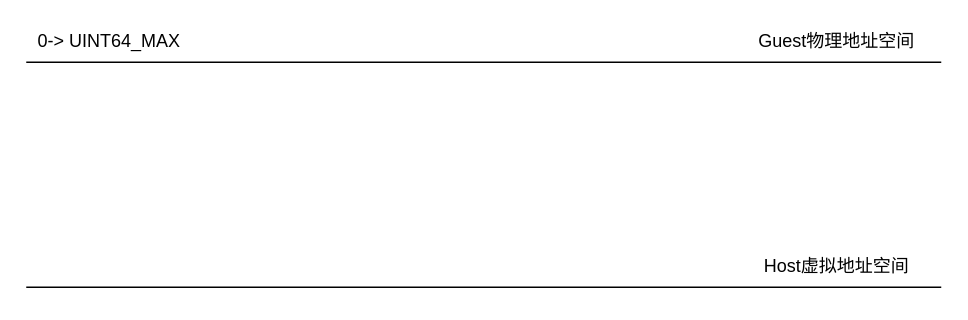
youtubezou/A-thinking-in-linux keeps this draw.io diagram as page "RAMBlock结构" (2 of 2) of QEMU/QEMU-MEMORY.drawio. Above is the earlier version. Source tidied: cells renumbered, new cells numbered last; positions are measured from the earlier drawing's top-left corner, leaving out a move shared by most shapes. Both pictures are drawn from the tidied source at 150%, with x=0, y=0 at pixel (26, 26).
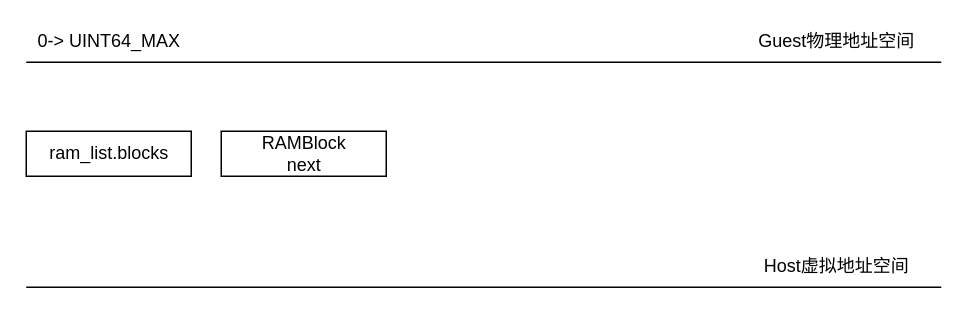
After the change.

What changed in the source:
```diff
@@
 <mxGraphModel>
   <root>
     <mxCell id="0" />
     <mxCell id="1" parent="0" />
     <mxCell id="2" style="line;strokeWidth=1;fillColor=none;align=left;verticalAlign=middle;spacingTop=-1;spacingLeft=3;spacingRight=3;labelPosition=right;" parent="1" vertex="1">
       <mxGeometry y="20" width="610" height="8" as="geometry" />
     </mxCell>
     <mxCell id="3" value="0-&amp;gt; UINT64_MAX" style="text;html=1;align=center;verticalAlign=middle;strokeColor=none;fillColor=none;" parent="1" vertex="1">
       <mxGeometry width="110" height="20" as="geometry" />
     </mxCell>
     <mxCell id="4" value="Guest物理地址空间" style="text;html=1;align=center;verticalAlign=middle;strokeColor=none;fillColor=none;" parent="1" vertex="1">
       <mxGeometry x="480" width="120" height="20" as="geometry" />
     </mxCell>
     <mxCell id="5" style="line;strokeWidth=1;fillColor=none;align=left;verticalAlign=middle;spacingTop=-1;spacingLeft=3;spacingRight=3;labelPosition=right;" parent="1" vertex="1">
       <mxGeometry y="170" width="610" height="8" as="geometry" />
     </mxCell>
     <mxCell id="6" value="Host虚拟地址空间" style="text;html=1;align=center;verticalAlign=middle;strokeColor=none;fillColor=none;" parent="1" vertex="1">
       <mxGeometry x="485" y="150" width="110" height="20" as="geometry" />
     </mxCell>
+    <mxCell id="7" value="ram_list.blocks" style="html=1;fillColor=none;" parent="1" vertex="1">
+      <mxGeometry y="70" width="110" height="30" as="geometry" />
+    </mxCell>
+    <mxCell id="8" value="RAMBlock&lt;br&gt;next" style="html=1;fillColor=none;" parent="1" vertex="1">
+      <mxGeometry x="130" y="70" width="110" height="30" as="geometry" />
+    </mxCell>
   </root>
 </mxGraphModel>
```
